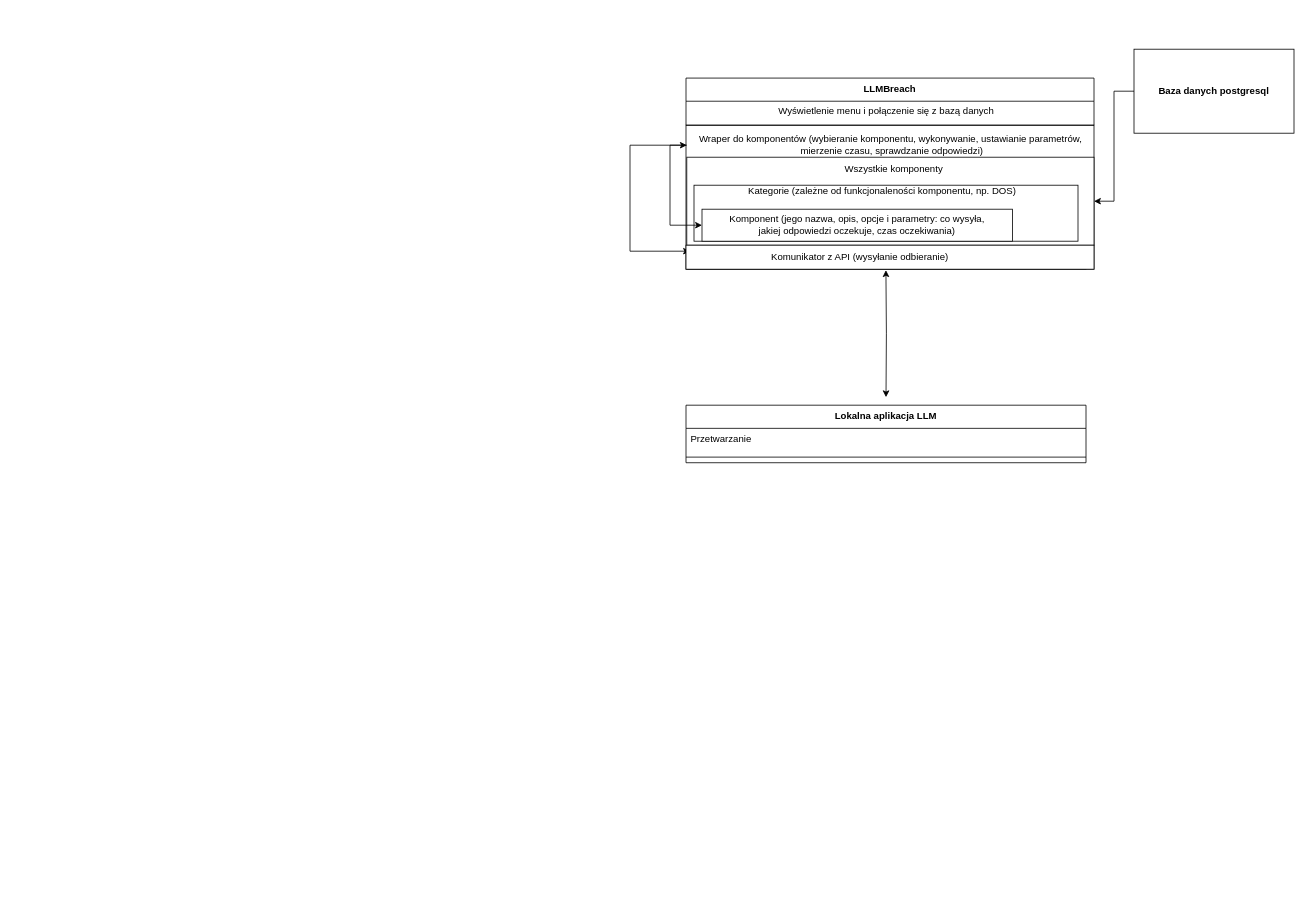
brzewVCE/LMBreach keeps this draw.io diagram as model.drawio. Above is the earlier version. Source tidied: cells renumbered, new cells numbered last; positions are measured from the earlier drawing's top-left corner, leaving out a move shared by most shapes. Both pictures are drawn from the tidied source at 80%, with x=0, y=0 at pixel (630, 49).
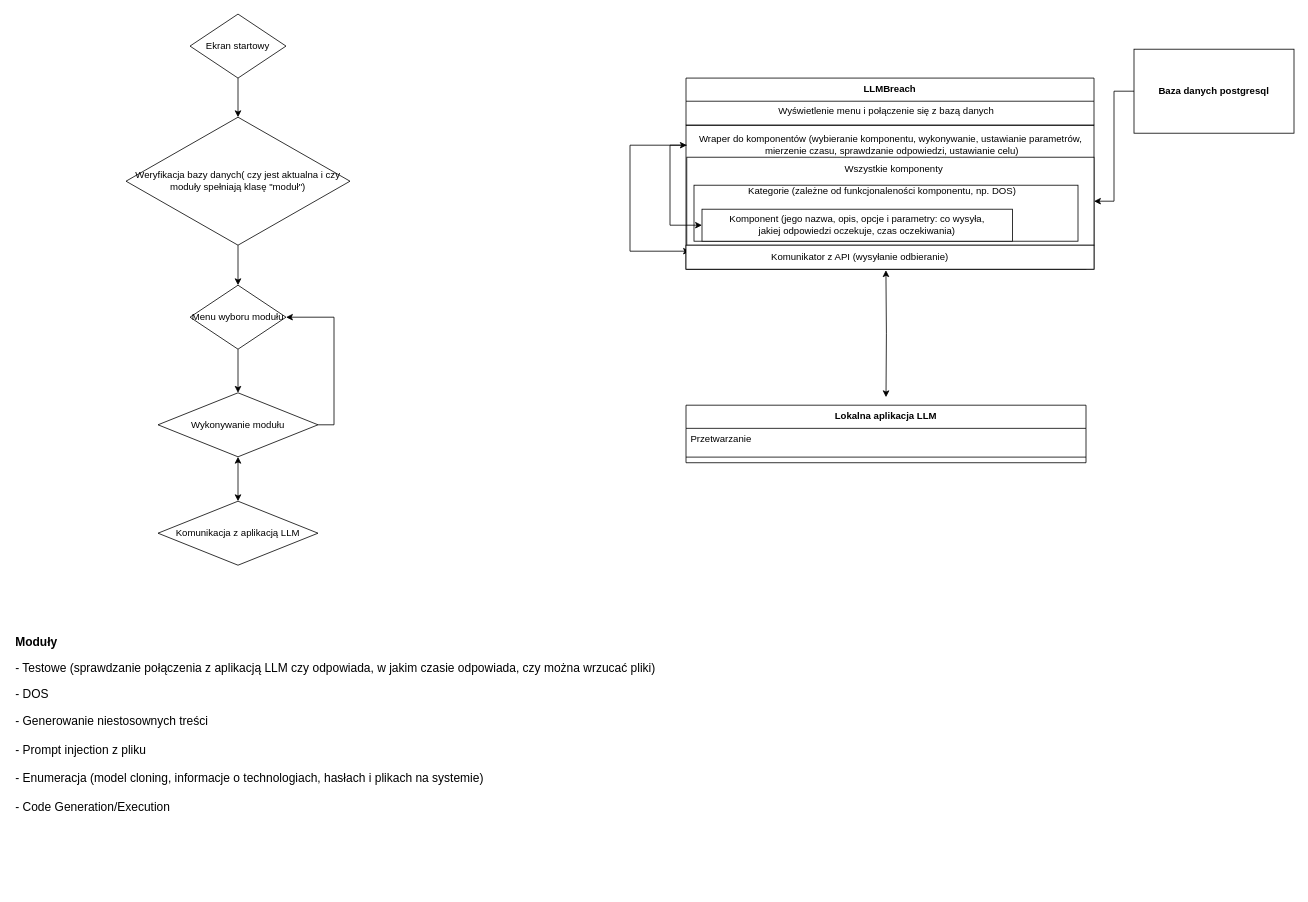
After the change.

The edit, as a diff of the source:
```diff
@@
-    <mxCell id="18" value="Wraper do komponentów (wybieranie komponentu, wykonywanie, ustawianie parametrów,&lt;br&gt;&amp;nbsp;mierzenie czasu, sprawdzanie odpowiedzi)" style="text;html=1;align=center;verticalAlign=middle;whiteSpace=wrap;rounded=0;" parent="1" vertex="1">
+    <mxCell id="18" value="Wraper do komponentów (wybieranie komponentu, wykonywanie, ustawianie parametrów,&lt;br&gt;&amp;nbsp;mierzenie czasu, sprawdzanie odpowiedzi, ustawianie celu)" style="text;html=1;align=center;verticalAlign=middle;whiteSpace=wrap;rounded=0;" parent="1" vertex="1">
       <mxGeometry x="71" y="105" width="510" height="30" as="geometry" />
     </mxCell>
@@
+    <mxCell id="22" style="edgeStyle=orthogonalEdgeStyle;rounded=0;jettySize=auto;html=1;" parent="1" edge="1" source="23" target="25">
+      <mxGeometry relative="1" as="geometry" />
+    </mxCell>
+    <mxCell id="23" value="Ekran startowy" style="rhombus;whiteSpace=wrap;html=1;" parent="1" vertex="1">
+      <mxGeometry x="-550" y="-43.9" width="120" height="80" as="geometry" />
+    </mxCell>
+    <mxCell id="24" style="edgeStyle=orthogonalEdgeStyle;rounded=0;jettySize=auto;html=1;" parent="1" edge="1" source="25" target="27">
+      <mxGeometry relative="1" as="geometry" />
+    </mxCell>
+    <mxCell id="25" value="&lt;font style=&quot;font-size: 12px;&quot;&gt;Weryfikacja bazy danych( czy jest aktualna i czy moduły spełniają klasę &quot;moduł&quot;)&lt;/font&gt;" style="rhombus;whiteSpace=wrap;html=1;" parent="1" vertex="1">
+      <mxGeometry x="-630" y="85" width="280" height="160" as="geometry" />
+    </mxCell>
+    <mxCell id="26" style="edgeStyle=orthogonalEdgeStyle;rounded=0;jettySize=auto;html=1;" parent="1" edge="1" source="27" target="30">
+      <mxGeometry relative="1" as="geometry" />
+    </mxCell>
+    <mxCell id="27" value="Menu wyboru modułu" style="rhombus;whiteSpace=wrap;html=1;" parent="1" vertex="1">
+      <mxGeometry x="-550" y="295" width="120" height="80" as="geometry" />
+    </mxCell>
+    <mxCell id="28" style="edgeStyle=orthogonalEdgeStyle;rounded=0;jettySize=auto;html=1;exitX=0.5;exitY=1;exitDx=0;exitDy=0;entryX=0.5;entryY=0;entryDx=0;entryDy=0;startArrow=classic;startFill=1;" parent="1" edge="1" source="30" target="31">
+      <mxGeometry relative="1" as="geometry" />
+    </mxCell>
+    <mxCell id="29" style="edgeStyle=orthogonalEdgeStyle;rounded=0;jettySize=auto;html=1;exitX=1;exitY=0.5;exitDx=0;exitDy=0;entryX=1;entryY=0.5;entryDx=0;entryDy=0;" parent="1" edge="1" source="30" target="27">
+      <mxGeometry relative="1" as="geometry" />
+    </mxCell>
+    <mxCell id="30" value="Wykonywanie modułu" style="rhombus;whiteSpace=wrap;html=1;" parent="1" vertex="1">
+      <mxGeometry x="-590" y="429.5" width="200" height="80" as="geometry" />
+    </mxCell>
+    <mxCell id="31" value="Komunikacja z aplikacją LLM" style="rhombus;whiteSpace=wrap;html=1;" parent="1" vertex="1">
+      <mxGeometry x="-590" y="565" width="200" height="80" as="geometry" />
+    </mxCell>
+    <mxCell id="32" value="&lt;h1 style=&quot;margin-top: 0px; font-size: 15px;&quot;&gt;Moduły&lt;br style=&quot;font-size: 15px;&quot;&gt;&lt;/h1&gt;&lt;p style=&quot;font-size: 15px;&quot;&gt;- Testowe (sprawdzanie połączenia z aplikacją LLM czy odpowiada, w jakim czasie odpowiada, czy można wrzucać pliki)&lt;/p&gt;&lt;p style=&quot;font-size: 15px;&quot;&gt;- DOS&lt;/p&gt;- Generowanie niestosownych treści&lt;br style=&quot;font-size: 15px;&quot;&gt;&lt;div style=&quot;font-size: 15px;&quot;&gt;&lt;br style=&quot;font-size: 15px;&quot;&gt;&lt;/div&gt;&lt;div style=&quot;font-size: 15px;&quot;&gt;- Prompt injection z pliku&lt;/div&gt;&lt;div style=&quot;font-size: 15px;&quot;&gt;&lt;br style=&quot;font-size: 15px;&quot;&gt;&lt;/div&gt;&lt;div style=&quot;font-size: 15px;&quot;&gt;- Enumeracja (model cloning, informacje o technologiach, hasłach i plikach na systemie)&lt;/div&gt;&lt;div style=&quot;font-size: 15px;&quot;&gt;&lt;br style=&quot;font-size: 15px;&quot;&gt;&lt;/div&gt;&lt;div style=&quot;font-size: 15px;&quot;&gt;- Code Generation/Execution&lt;/div&gt;" style="text;html=1;whiteSpace=wrap;overflow=hidden;rounded=0;fontSize=15;" parent="1" vertex="1">
+      <mxGeometry x="-770" y="725" width="820" height="320" as="geometry" />
+    </mxCell>
```
